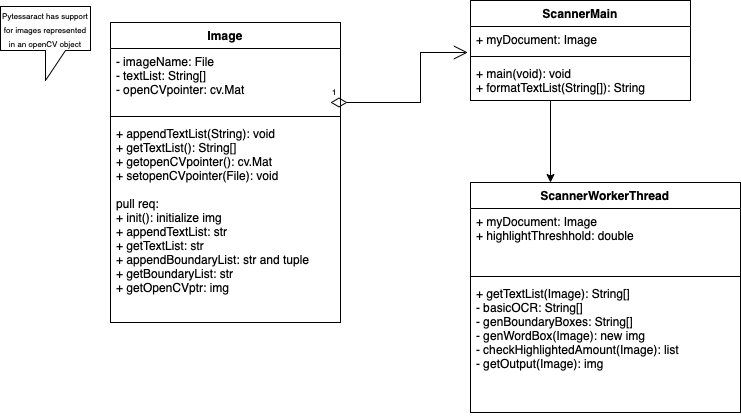
Earlier version of the draw.io export docs/devDocs/UML/openHighlightWeek3DemoEdits.drawio.png (CIS3296SoftwareDesignF21/prj-01-openhighlightcopypaste). Source tidied: cells renumbered, new cells last; positions are measured from the earlier drawing's top-left corner, leaving out a move shared by most shapes.
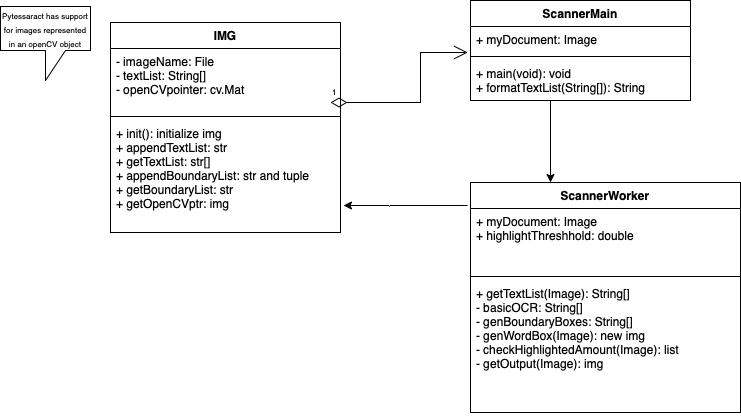
Above is the later version.

Diff of the diagram source:
```diff
@@ -14,7 +14,7 @@
     <mxCell id="5" value="+ main(void): void&#10;+ formatTextList(String[]): String" style="text;strokeColor=none;fillColor=none;align=left;verticalAlign=top;spacingLeft=4;spacingRight=4;overflow=hidden;points=[[0,0.5],[1,0.5]];portConstraint=eastwest;" parent="2" vertex="1">
       <mxGeometry y="60" width="220" height="40" as="geometry" />
     </mxCell>
-    <mxCell id="6" value="ScannerWorkerThread" style="swimlane;fontStyle=1;align=center;verticalAlign=top;horizontal=1;startSize=26;" parent="1" vertex="1">
+    <mxCell id="6" value="ScannerWorker" style="swimlane;fontStyle=1;align=center;verticalAlign=top;horizontal=1;startSize=26;" parent="1" vertex="1">
       <mxGeometry x="470" y="182" width="270" height="230" as="geometry" />
     </mxCell>
     <mxCell id="7" value="+ myDocument: Image&#10;+ highlightThreshhold: double" style="text;strokeColor=none;fillColor=none;align=left;verticalAlign=top;spacingLeft=4;spacingRight=4;overflow=hidden;points=[[0,0.5],[1,0.5]];portConstraint=eastwest;" parent="6" vertex="1">
@@ -26,8 +26,8 @@
     <mxCell id="9" value="+ getTextList(Image): String[]&#10;- basicOCR: String[]&#10;- genBoundaryBoxes: String[]&#10;- genWordBox(Image): new img&#10;- checkHighlightedAmount(Image): list&#10;- getOutput(Image): img&#10;" style="text;strokeColor=none;fillColor=none;align=left;verticalAlign=top;spacingLeft=4;spacingRight=4;overflow=hidden;" parent="6" vertex="1">
       <mxGeometry y="98" width="270" height="132" as="geometry" />
     </mxCell>
-    <mxCell id="10" value="Image" style="swimlane;fontStyle=1;align=center;verticalAlign=top;horizontal=1;startSize=26;" parent="1" vertex="1">
-      <mxGeometry x="110" y="22" width="230" height="300" as="geometry" />
+    <mxCell id="10" value="IMG" style="swimlane;fontStyle=1;align=center;verticalAlign=top;horizontal=1;startSize=26;" parent="1" vertex="1">
+      <mxGeometry x="110" y="22" width="230" height="210" as="geometry" />
     </mxCell>
     <mxCell id="11" value="- imageName: File&#10;- textList: String[]&#10;- openCVpointer: cv.Mat&#10;" style="text;strokeColor=none;fillColor=none;align=left;verticalAlign=top;spacingLeft=4;spacingRight=4;overflow=hidden;" parent="10" vertex="1">
       <mxGeometry y="26" width="230" height="64" as="geometry" />
@@ -35,8 +35,8 @@
     <mxCell id="12" style="line;strokeWidth=1;fillColor=none;align=left;verticalAlign=middle;spacingTop=-1;spacingLeft=3;spacingRight=3;labelPosition=right;" parent="10" vertex="1">
       <mxGeometry y="90" width="230" height="8" as="geometry" />
     </mxCell>
-    <mxCell id="13" value="+ appendTextList(String): void&#10;+ getTextList(): String[]&#10;+ getopenCVpointer(): cv.Mat&#10;+ setopenCVpointer(File): void&#10;&#10;pull req:&#10;+ init(): initialize img&#10;+ appendTextList: str&#10;+ getTextList: str&#10;+ appendBoundaryList: str and tuple&#10;+ getBoundaryList: str&#10;+ getOpenCVptr: img" style="text;strokeColor=none;fillColor=none;align=left;verticalAlign=top;spacingLeft=4;spacingRight=4;overflow=hidden;points=[[0,0.5],[1,0.5]];portConstraint=eastwest;" parent="10" vertex="1">
-      <mxGeometry y="98" width="230" height="202" as="geometry" />
+    <mxCell id="13" value="+ init(): initialize img&#10;+ appendTextList: str&#10;+ getTextList: str[]&#10;+ appendBoundaryList: str and tuple&#10;+ getBoundaryList: str&#10;+ getOpenCVptr: img" style="text;strokeColor=none;fillColor=none;align=left;verticalAlign=top;spacingLeft=4;spacingRight=4;overflow=hidden;points=[[0,0.5],[1,0.5]];portConstraint=eastwest;" parent="10" vertex="1">
+      <mxGeometry y="98" width="230" height="112" as="geometry" />
     </mxCell>
     <mxCell id="14" value="&lt;font style=&quot;font-size: 8px&quot;&gt;Pytessaract has support for images represented in an openCV object&lt;/font&gt;" style="shape=callout;whiteSpace=wrap;html=1;perimeter=calloutPerimeter;" parent="1" vertex="1">
       <mxGeometry y="6" width="90" height="74" as="geometry" />
@@ -58,5 +58,8 @@
         </Array>
       </mxGeometry>
     </mxCell>
+    <mxCell id="17" style="endArrow=classic;html=1;rounded=0;entryX=1.013;entryY=0.759;entryDx=0;entryDy=0;entryPerimeter=0;exitX=-0.011;exitY=-0.047;exitDx=0;exitDy=0;exitPerimeter=0;" parent="1" edge="1" source="7" target="13">
+      <mxGeometry relative="1" as="geometry" />
+    </mxCell>
   </root>
 </mxGraphModel>
```
